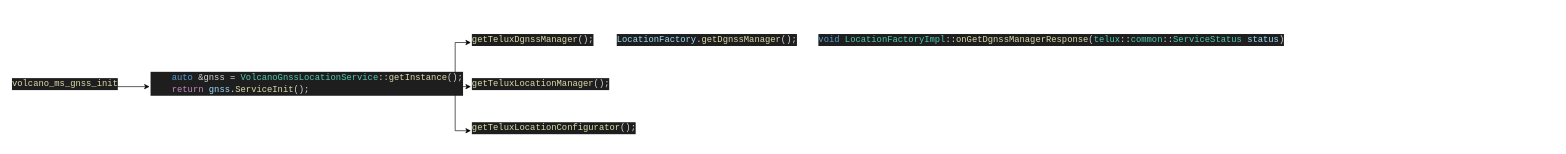
ZhEng025/sw_arch keeps this draw.io diagram as arch_dir/gps.drawio. Above is the earlier version. Source tidied: cells renumbered, new cells numbered last; positions are measured from the earlier drawing's top-left corner, leaving out a move shared by most shapes. Both pictures are drawn from the tidied source at 63%, with x=0, y=0 at pixel (11, 30).
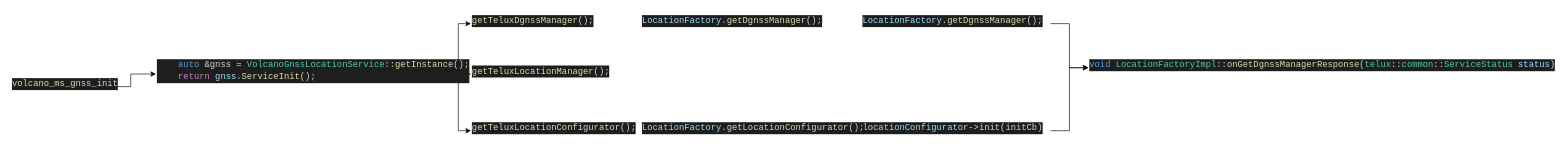
After the change.

The edit, as a diff of the source:
```diff
@@
 <mxGraphModel>
   <root>
     <mxCell id="0" />
     <mxCell id="1" parent="0" />
     <mxCell id="2" style="edgeStyle=orthogonalEdgeStyle;rounded=0;jettySize=auto;html=1;" parent="1" edge="1" source="3" target="7">
       <mxGeometry relative="1" as="geometry" />
     </mxCell>
     <mxCell id="3" value="&lt;div style=&quot;color: #d4d4d4;background-color: #1e1e1e;font-family: Consolas, 'Courier New', monospace;font-weight: normal;font-size: 14px;line-height: 19px;white-space: pre;&quot;&gt;&lt;div&gt;&lt;span style=&quot;color: #dcdcaa;&quot;&gt;volcano_ms_gnss_init&lt;/span&gt;&lt;/div&gt;&lt;/div&gt;" style="text;whiteSpace=wrap;html=1;" parent="1" vertex="1">
       <mxGeometry y="70" width="150" height="40" as="geometry" />
     </mxCell>
     <mxCell id="4" style="edgeStyle=orthogonalEdgeStyle;rounded=0;jettySize=auto;html=1;exitX=1;exitY=0.5;exitDx=0;exitDy=0;entryX=0;entryY=0.5;entryDx=0;entryDy=0;" parent="1" edge="1" source="7" target="8">
       <mxGeometry relative="1" as="geometry" />
     </mxCell>
     <mxCell id="5" style="edgeStyle=orthogonalEdgeStyle;rounded=0;jettySize=auto;html=1;" parent="1" edge="1" source="7" target="9">
       <mxGeometry relative="1" as="geometry" />
     </mxCell>
     <mxCell id="6" style="edgeStyle=orthogonalEdgeStyle;rounded=0;jettySize=auto;html=1;exitX=1;exitY=0.5;exitDx=0;exitDy=0;entryX=0;entryY=0.5;entryDx=0;entryDy=0;" parent="1" edge="1" source="7" target="10">
       <mxGeometry relative="1" as="geometry" />
     </mxCell>
     <mxCell id="7" value="&lt;div style=&quot;color: #d4d4d4;background-color: #1e1e1e;font-family: Consolas, 'Courier New', monospace;font-weight: normal;font-size: 14px;line-height: 19px;white-space: pre;&quot;&gt;&lt;div&gt;&lt;span style=&quot;color: #d4d4d4;&quot;&gt;&amp;nbsp; &amp;nbsp; &lt;/span&gt;&lt;span style=&quot;color: #569cd6;&quot;&gt;auto&lt;/span&gt;&lt;span style=&quot;color: #d4d4d4;&quot;&gt; &amp;amp;gnss = &lt;/span&gt;&lt;span style=&quot;color: #4ec9b0;&quot;&gt;VolcanoGnssLocationService&lt;/span&gt;&lt;span style=&quot;color: #d4d4d4;&quot;&gt;::&lt;/span&gt;&lt;span style=&quot;color: #dcdcaa;&quot;&gt;getInstance&lt;/span&gt;&lt;span style=&quot;color: #d4d4d4;&quot;&gt;();&lt;/span&gt;&lt;/div&gt;&lt;div&gt;&lt;span style=&quot;color: #d4d4d4;&quot;&gt;&amp;nbsp; &amp;nbsp; &lt;/span&gt;&lt;span style=&quot;color: #c586c0;&quot;&gt;return&lt;/span&gt;&lt;span style=&quot;color: #d4d4d4;&quot;&gt; &lt;/span&gt;&lt;span style=&quot;color: #9cdcfe;&quot;&gt;gnss&lt;/span&gt;&lt;span style=&quot;color: #d4d4d4;&quot;&gt;.&lt;/span&gt;&lt;span style=&quot;color: #dcdcaa;&quot;&gt;ServiceInit&lt;/span&gt;&lt;span style=&quot;color: #d4d4d4;&quot;&gt;();&lt;/span&gt;&lt;/div&gt;&lt;/div&gt;" style="text;whiteSpace=wrap;html=1;" parent="1" vertex="1">
-      <mxGeometry x="220" y="60" width="460" height="60" as="geometry" />
+      <mxGeometry x="230" y="40" width="460" height="60" as="geometry" />
     </mxCell>
     <mxCell id="8" value="&lt;div style=&quot;color: #d4d4d4;background-color: #1e1e1e;font-family: Consolas, 'Courier New', monospace;font-weight: normal;font-size: 14px;line-height: 19px;white-space: pre;&quot;&gt;&lt;div&gt;&lt;span style=&quot;color: #dcdcaa;&quot;&gt;getTeluxDgnssManager&lt;/span&gt;&lt;span style=&quot;color: #d4d4d4;&quot;&gt;();&lt;/span&gt;&lt;/div&gt;&lt;/div&gt;" style="text;whiteSpace=wrap;html=1;" parent="1" vertex="1">
-      <mxGeometry x="730" width="210" height="40" as="geometry" />
+      <mxGeometry x="730" y="-30" width="210" height="40" as="geometry" />
     </mxCell>
     <mxCell id="9" value="&lt;div style=&quot;color: #d4d4d4;background-color: #1e1e1e;font-family: Consolas, 'Courier New', monospace;font-weight: normal;font-size: 14px;line-height: 19px;white-space: pre;&quot;&gt;&lt;div&gt;&lt;span style=&quot;color: #dcdcaa;&quot;&gt;getTeluxLocationManager&lt;/span&gt;&lt;span style=&quot;color: #d4d4d4;&quot;&gt;();&lt;/span&gt;&lt;/div&gt;&lt;/div&gt;" style="text;whiteSpace=wrap;html=1;" parent="1" vertex="1">
-      <mxGeometry x="730" y="70" width="230" height="40" as="geometry" />
+      <mxGeometry x="730" y="50" width="230" height="40" as="geometry" />
     </mxCell>
     <mxCell id="10" value="&lt;div style=&quot;color: #d4d4d4;background-color: #1e1e1e;font-family: Consolas, 'Courier New', monospace;font-weight: normal;font-size: 14px;line-height: 19px;white-space: pre;&quot;&gt;&lt;div&gt;&lt;span style=&quot;color: #dcdcaa;&quot;&gt;getTeluxLocationConfigurator&lt;/span&gt;&lt;span style=&quot;color: #d4d4d4;&quot;&gt;();&lt;/span&gt;&lt;/div&gt;&lt;/div&gt;" style="text;whiteSpace=wrap;html=1;" parent="1" vertex="1">
       <mxGeometry x="730" y="140" width="270" height="40" as="geometry" />
     </mxCell>
+    <mxCell id="13" style="edgeStyle=orthogonalEdgeStyle;rounded=0;jettySize=auto;html=1;entryX=0;entryY=0.5;entryDx=0;entryDy=0;" parent="1" edge="1" source="11" target="12">
+      <mxGeometry relative="1" as="geometry" />
+    </mxCell>
     <mxCell id="11" value="&lt;div style=&quot;color: #d4d4d4;background-color: #1e1e1e;font-family: Consolas, 'Courier New', monospace;font-weight: normal;font-size: 14px;line-height: 19px;white-space: pre;&quot;&gt;&lt;div&gt;&lt;span style=&quot;color: #9cdcfe;&quot;&gt;LocationFactory&lt;/span&gt;&lt;span style=&quot;color: #d4d4d4;&quot;&gt;.&lt;/span&gt;&lt;span style=&quot;color: #dcdcaa;&quot;&gt;getDgnssManager&lt;/span&gt;&lt;span style=&quot;color: #d4d4d4;&quot;&gt;();&lt;/span&gt;&lt;/div&gt;&lt;/div&gt;" style="text;whiteSpace=wrap;html=1;" parent="1" vertex="1">
-      <mxGeometry x="960" width="300" height="40" as="geometry" />
+      <mxGeometry x="1350" y="-30" width="300" height="40" as="geometry" />
     </mxCell>
     <mxCell id="12" value="&lt;div style=&quot;color: #d4d4d4;background-color: #1e1e1e;font-family: Consolas, 'Courier New', monospace;font-weight: normal;font-size: 14px;line-height: 19px;white-space: pre;&quot;&gt;&lt;div&gt;&lt;span style=&quot;color: #569cd6;&quot;&gt;void&lt;/span&gt;&lt;span style=&quot;color: #d4d4d4;&quot;&gt; &lt;/span&gt;&lt;span style=&quot;color: #4ec9b0;&quot;&gt;LocationFactoryImpl&lt;/span&gt;&lt;span style=&quot;color: #d4d4d4;&quot;&gt;::&lt;/span&gt;&lt;span style=&quot;color: #dcdcaa;&quot;&gt;onGetDgnssManagerResponse&lt;/span&gt;&lt;span style=&quot;color: #d4d4d4;&quot;&gt;(&lt;/span&gt;&lt;span style=&quot;color: #4ec9b0;&quot;&gt;telux&lt;/span&gt;&lt;span style=&quot;color: #d4d4d4;&quot;&gt;::&lt;/span&gt;&lt;span style=&quot;color: #4ec9b0;&quot;&gt;common&lt;/span&gt;&lt;span style=&quot;color: #d4d4d4;&quot;&gt;::&lt;/span&gt;&lt;span style=&quot;color: #4ec9b0;&quot;&gt;ServiceStatus&lt;/span&gt;&lt;span style=&quot;color: #d4d4d4;&quot;&gt; &lt;/span&gt;&lt;span style=&quot;color: #9cdcfe;&quot;&gt;status&lt;/span&gt;&lt;span style=&quot;color: #d4d4d4;&quot;&gt;)&lt;/span&gt;&lt;/div&gt;&lt;/div&gt;" style="text;whiteSpace=wrap;html=1;" parent="1" vertex="1">
-      <mxGeometry x="1280" width="560" height="40" as="geometry" />
+      <mxGeometry x="1710" y="40" width="560" height="40" as="geometry" />
     </mxCell>
+    <mxCell id="14" value="&lt;div style=&quot;color: #d4d4d4;background-color: #1e1e1e;font-family: Consolas, 'Courier New', monospace;font-weight: normal;font-size: 14px;line-height: 19px;white-space: pre;&quot;&gt;&lt;div&gt;&lt;span style=&quot;color: #9cdcfe;&quot;&gt;LocationFactory&lt;/span&gt;&lt;span style=&quot;color: #d4d4d4;&quot;&gt;.&lt;/span&gt;&lt;span style=&quot;color: #dcdcaa;&quot;&gt;getLocationConfigurator&lt;/span&gt;&lt;span style=&quot;color: #d4d4d4;&quot;&gt;();&lt;/span&gt;&lt;/div&gt;&lt;/div&gt;" style="text;whiteSpace=wrap;html=1;" parent="1" vertex="1">
+      <mxGeometry x="1000" y="140" width="360" height="40" as="geometry" />
+    </mxCell>
+    <mxCell id="15" style="edgeStyle=orthogonalEdgeStyle;rounded=0;jettySize=auto;html=1;entryX=0;entryY=0.5;entryDx=0;entryDy=0;" parent="1" edge="1" source="16" target="12">
+      <mxGeometry relative="1" as="geometry" />
+    </mxCell>
+    <mxCell id="16" value="&lt;div style=&quot;color: #d4d4d4;background-color: #1e1e1e;font-family: Consolas, 'Courier New', monospace;font-weight: normal;font-size: 14px;line-height: 19px;white-space: pre;&quot;&gt;&lt;div&gt;&lt;span style=&quot;color: #9cdcfe;&quot;&gt;locationConfigurator&lt;/span&gt;&lt;span style=&quot;color: #d4d4d4;&quot;&gt;-&amp;gt;&lt;/span&gt;&lt;span style=&quot;color: #dcdcaa;&quot;&gt;init&lt;/span&gt;&lt;span style=&quot;color: #d4d4d4;&quot;&gt;(initCb)&lt;/span&gt;&lt;/div&gt;&lt;/div&gt;" style="text;whiteSpace=wrap;html=1;" parent="1" vertex="1">
+      <mxGeometry x="1350" y="140" width="300" height="40" as="geometry" />
+    </mxCell>
+    <mxCell id="17" value="&lt;div style=&quot;color: #d4d4d4;background-color: #1e1e1e;font-family: Consolas, 'Courier New', monospace;font-weight: normal;font-size: 14px;line-height: 19px;white-space: pre;&quot;&gt;&lt;div&gt;&lt;span style=&quot;color: #9cdcfe;&quot;&gt;LocationFactory&lt;/span&gt;&lt;span style=&quot;color: #d4d4d4;&quot;&gt;.&lt;/span&gt;&lt;span style=&quot;color: #dcdcaa;&quot;&gt;getDgnssManager&lt;/span&gt;&lt;span style=&quot;color: #d4d4d4;&quot;&gt;();&lt;/span&gt;&lt;/div&gt;&lt;/div&gt;" style="text;whiteSpace=wrap;html=1;" parent="1" vertex="1">
+      <mxGeometry x="1000" y="-30" width="300" height="40" as="geometry" />
+    </mxCell>
   </root>
 </mxGraphModel>
```
